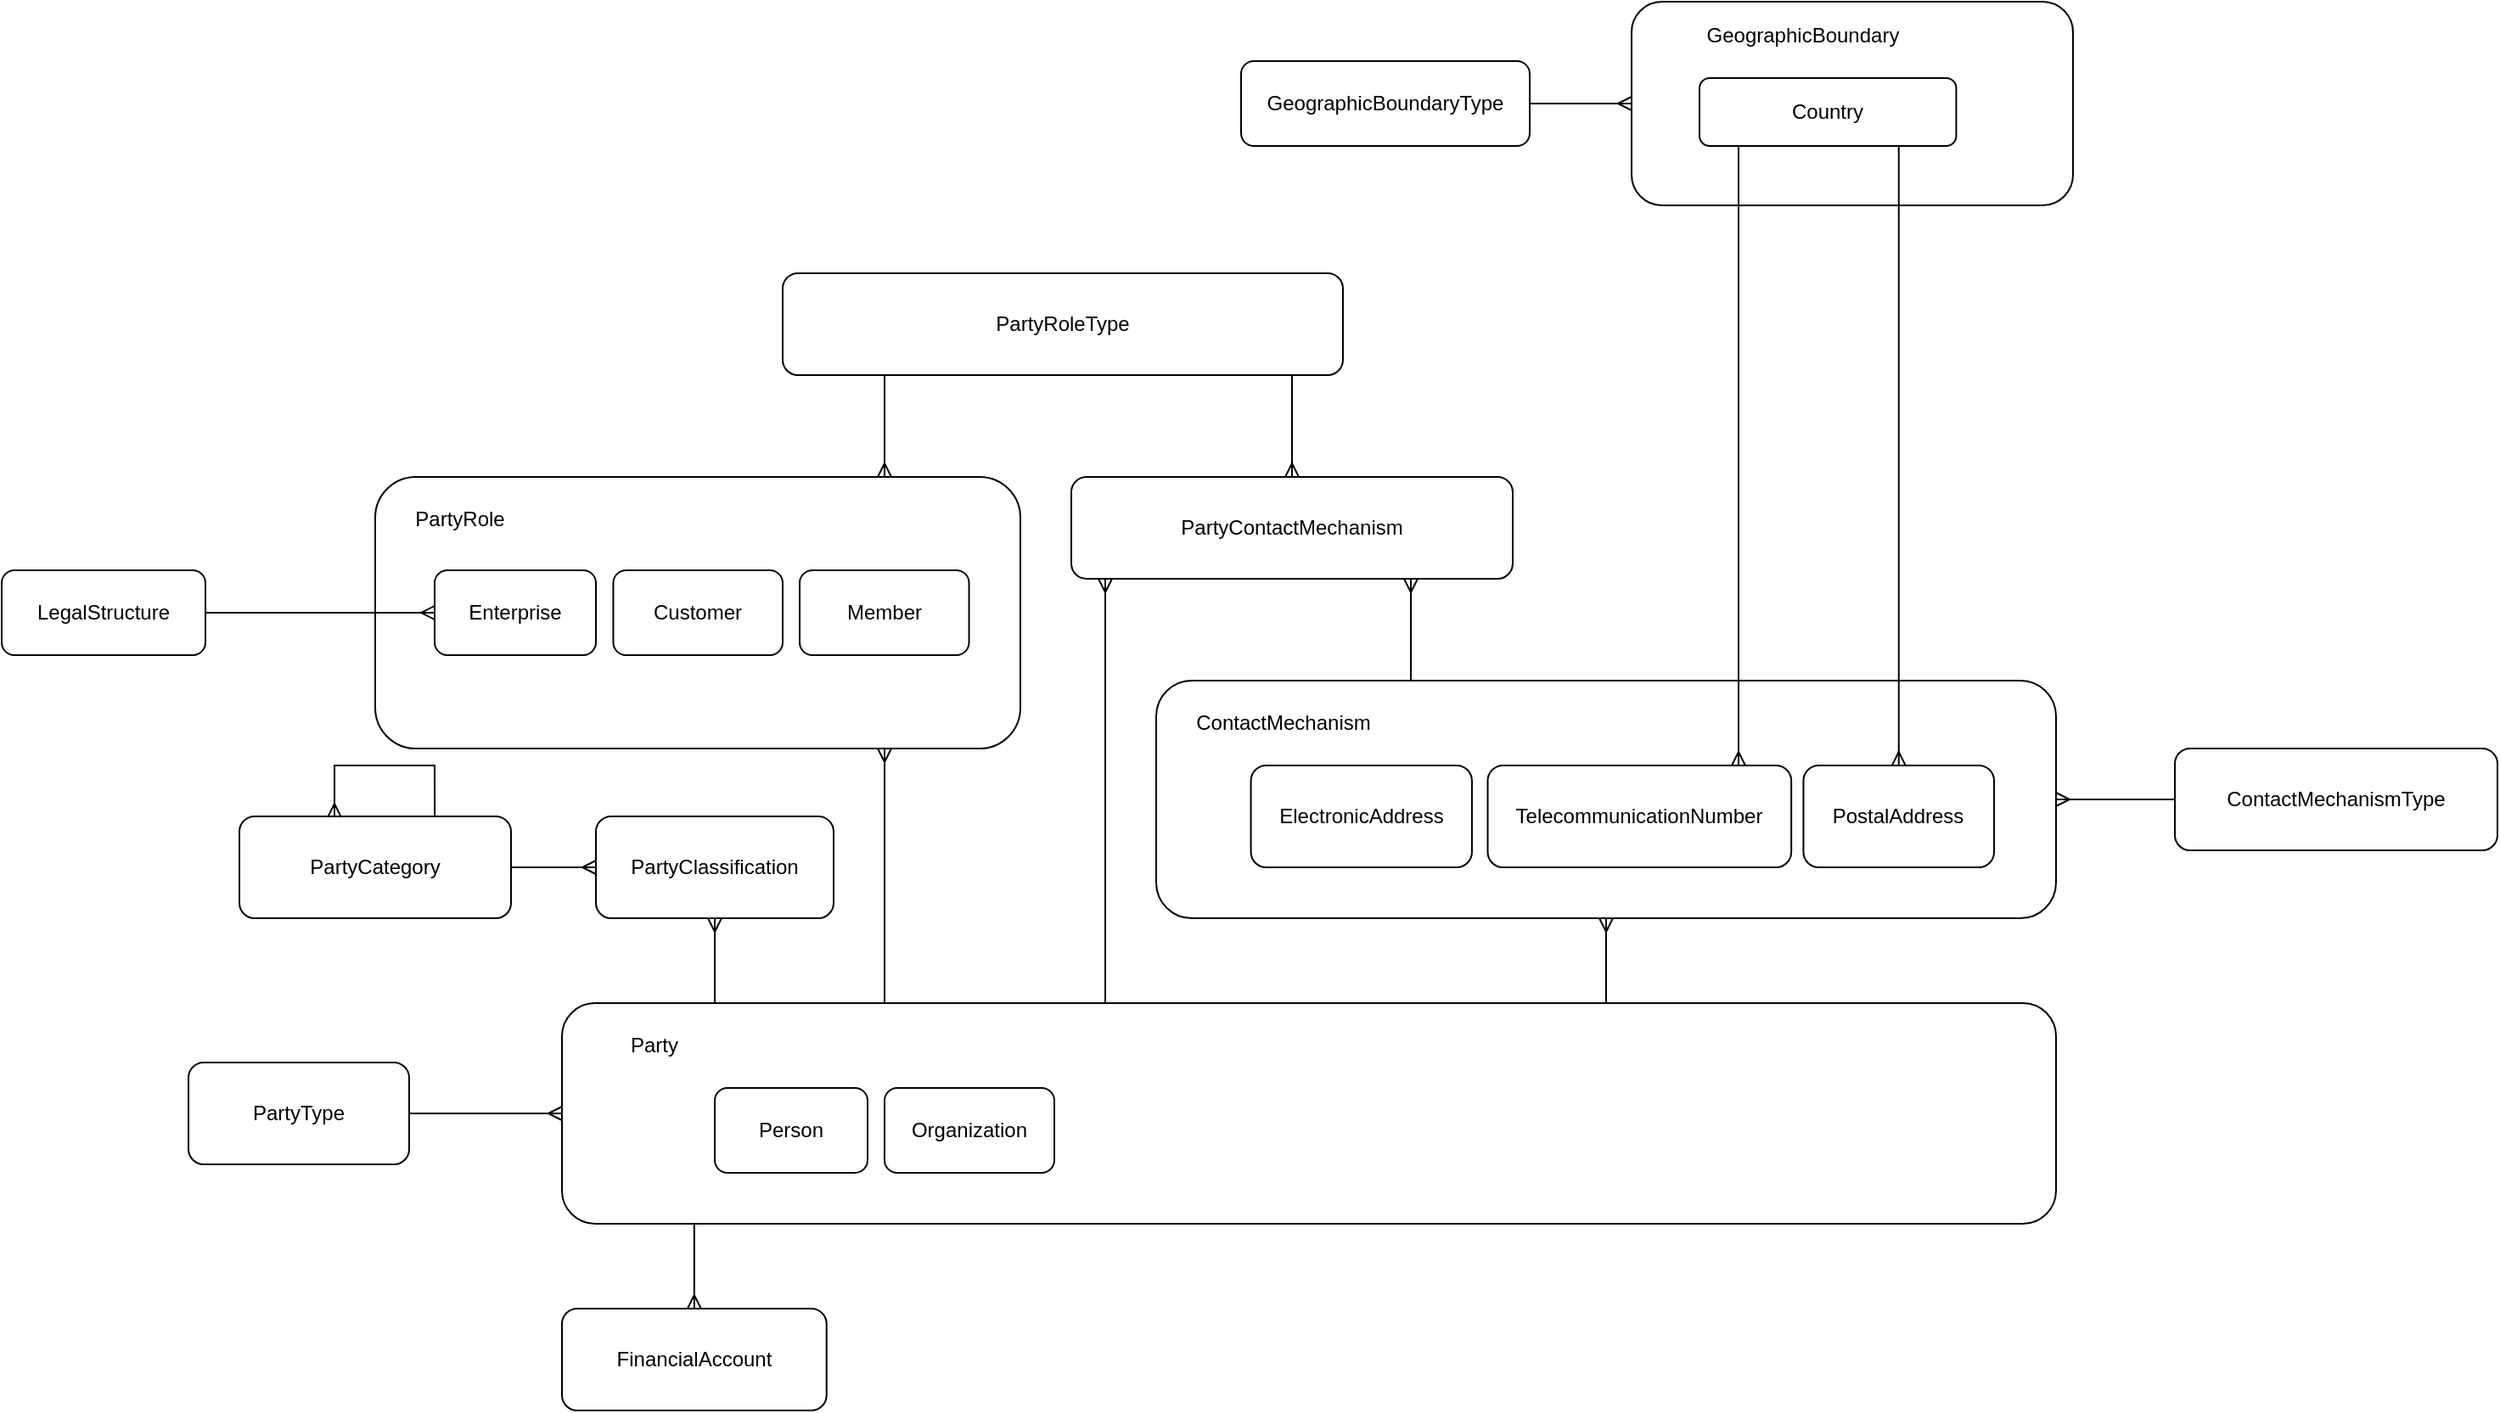
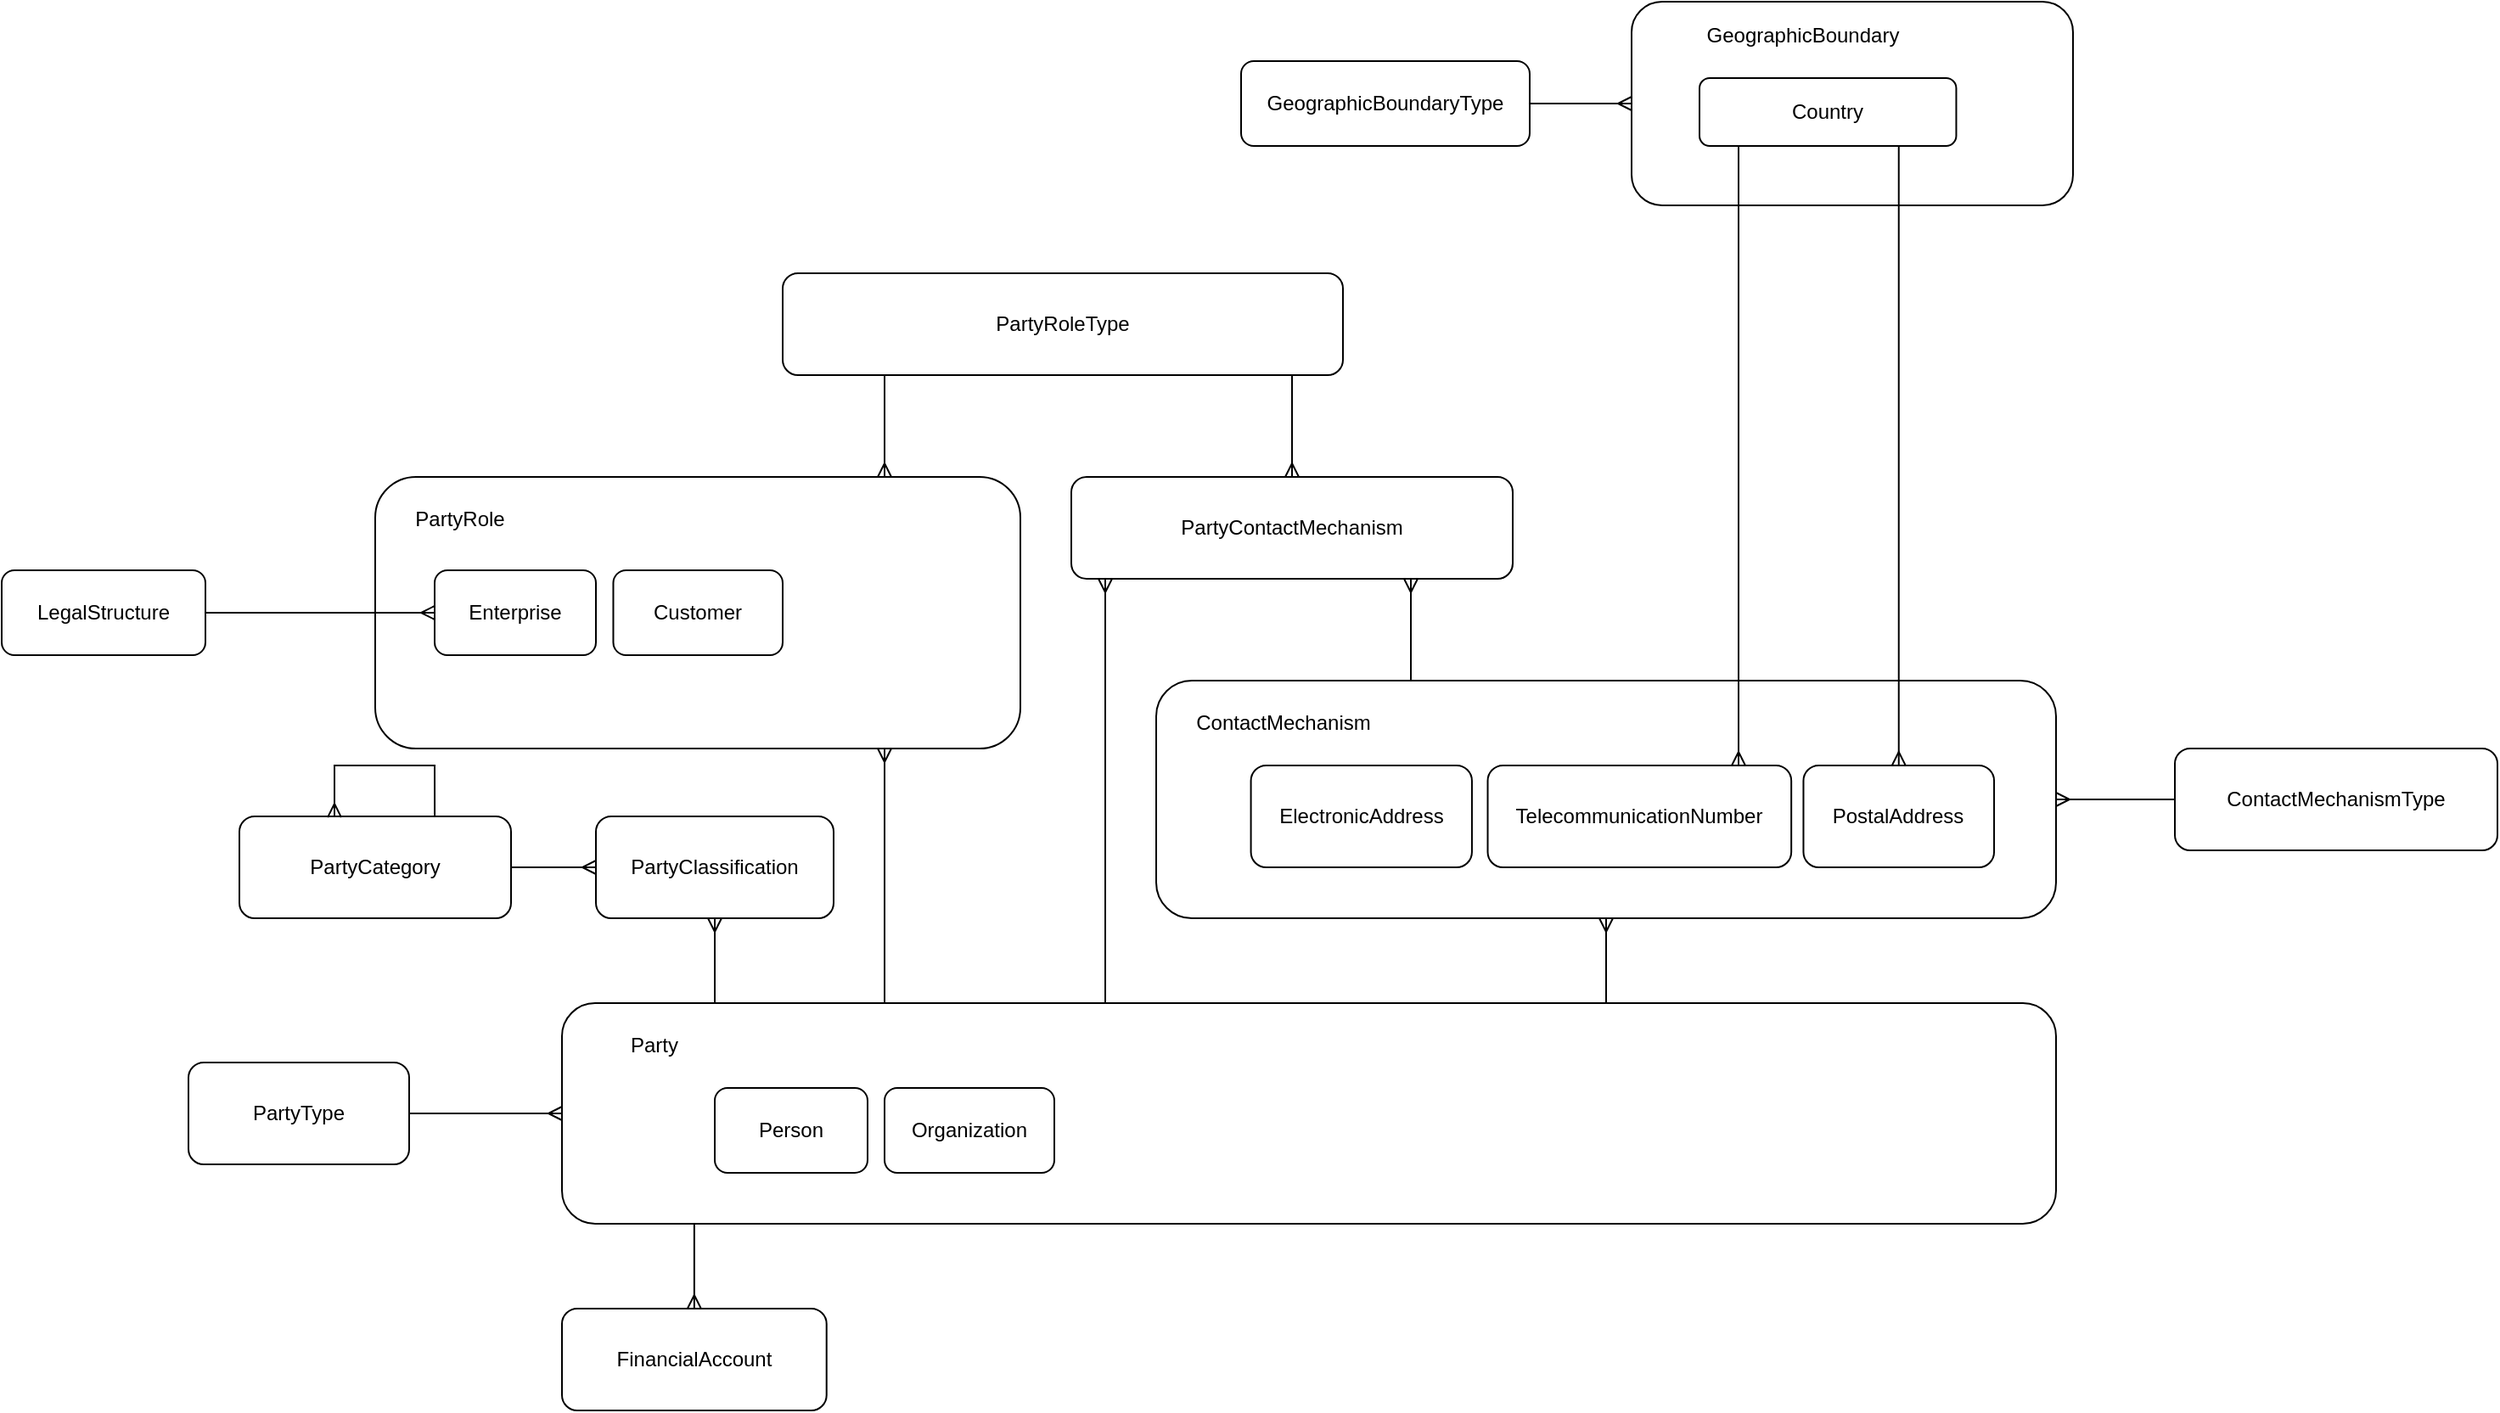
<mxfile host="app.diagrams.net" agent="Mozilla/5.0 (Windows NT 10.0; Win64; x64) AppleWebKit/537.36 (KHTML, like Gecko) Chrome/141.0.0.0 Safari/537.36" version="28.2.9">
  <diagram name="Page-1" id="d0nJ6Fx9cUZLMqGtfM0H">
    <mxGraphModel dx="1947" dy="1755" grid="1" gridSize="10" guides="1" tooltips="1" connect="1" arrows="1" fold="1" page="1" pageScale="1" pageWidth="850" pageHeight="1100" math="0" shadow="0">
      <root>
        <mxCell id="0" />
        <mxCell id="1" parent="0" />
        <mxCell id="tdPrWEJd15tEannaNgth-4" style="edgeStyle=orthogonalEdgeStyle;rounded=0;orthogonalLoop=1;jettySize=auto;html=1;startArrow=ERmany;startFill=0;endArrow=none;endFill=0;" edge="1" parent="1" source="tdPrWEJd15tEannaNgth-2" target="tdPrWEJd15tEannaNgth-3">
          <mxGeometry relative="1" as="geometry" />
        </mxCell>
        <mxCell id="tdPrWEJd15tEannaNgth-3" value="ContactMechanismType" style="rounded=1;whiteSpace=wrap;html=1;" vertex="1" parent="1">
          <mxGeometry x="600" y="260" width="190" height="60" as="geometry" />
        </mxCell>
        <mxCell id="tdPrWEJd15tEannaNgth-13" value="PartyRoleType" style="rounded=1;whiteSpace=wrap;html=1;" vertex="1" parent="1">
          <mxGeometry x="-220" y="-20" width="330" height="60" as="geometry" />
        </mxCell>
        <mxCell id="tdPrWEJd15tEannaNgth-14" style="edgeStyle=orthogonalEdgeStyle;rounded=0;orthogonalLoop=1;jettySize=auto;html=1;startArrow=ERmany;startFill=0;endArrow=none;endFill=0;" edge="1" parent="1" source="tdPrWEJd15tEannaNgth-15" target="tdPrWEJd15tEannaNgth-13">
          <mxGeometry relative="1" as="geometry">
            <mxPoint x="730" y="430" as="sourcePoint" />
            <mxPoint x="730" y="350" as="targetPoint" />
            <Array as="points">
              <mxPoint x="50" y="30" />
              <mxPoint x="50" y="30" />
            </Array>
          </mxGeometry>
        </mxCell>
        <mxCell id="tdPrWEJd15tEannaNgth-15" value="PartyContactMechanism" style="rounded=1;whiteSpace=wrap;html=1;" vertex="1" parent="1">
          <mxGeometry x="-50" y="100" width="260" height="60" as="geometry" />
        </mxCell>
        <mxCell id="tdPrWEJd15tEannaNgth-18" style="edgeStyle=orthogonalEdgeStyle;rounded=0;orthogonalLoop=1;jettySize=auto;html=1;startArrow=ERmany;startFill=0;endArrow=none;endFill=0;" edge="1" parent="1" source="tdPrWEJd15tEannaNgth-15">
          <mxGeometry relative="1" as="geometry">
            <mxPoint x="-30.00117647058829" y="130" as="sourcePoint" />
            <mxPoint x="-30.00117647058829" y="410" as="targetPoint" />
            <Array as="points">
              <mxPoint x="-30" y="210" />
              <mxPoint x="-30" y="210" />
            </Array>
          </mxGeometry>
        </mxCell>
        <mxCell id="tdPrWEJd15tEannaNgth-19" value="" style="group" vertex="1" connectable="0" parent="1">
          <mxGeometry y="220" width="530" height="140" as="geometry" />
        </mxCell>
        <mxCell id="tdPrWEJd15tEannaNgth-2" value="" style="rounded=1;whiteSpace=wrap;html=1;" vertex="1" parent="tdPrWEJd15tEannaNgth-19">
          <mxGeometry width="530" height="140" as="geometry" />
        </mxCell>
        <mxCell id="tdPrWEJd15tEannaNgth-5" value="ElectronicAddress" style="rounded=1;whiteSpace=wrap;html=1;" vertex="1" parent="tdPrWEJd15tEannaNgth-19">
          <mxGeometry x="55.78947368421052" y="50" width="130.17543859649123" height="60" as="geometry" />
        </mxCell>
        <mxCell id="tdPrWEJd15tEannaNgth-6" value="TelecommunicationNumber" style="rounded=1;whiteSpace=wrap;html=1;" vertex="1" parent="tdPrWEJd15tEannaNgth-19">
          <mxGeometry x="195.26315789473682" y="50" width="178.81456140350878" height="60" as="geometry" />
        </mxCell>
        <mxCell id="tdPrWEJd15tEannaNgth-7" value="ContactMechanism" style="text;html=1;whiteSpace=wrap;strokeColor=none;fillColor=none;align=center;verticalAlign=middle;rounded=0;" vertex="1" parent="tdPrWEJd15tEannaNgth-19">
          <mxGeometry x="27.896882591093107" y="10" width="94.41295546558705" height="30" as="geometry" />
        </mxCell>
        <mxCell id="tdPrWEJd15tEannaNgth-8" value="PostalAddress" style="rounded=1;whiteSpace=wrap;html=1;" vertex="1" parent="tdPrWEJd15tEannaNgth-19">
          <mxGeometry x="381.2280701754386" y="50" width="112.29491228070175" height="60" as="geometry" />
        </mxCell>
        <mxCell id="tdPrWEJd15tEannaNgth-20" style="edgeStyle=orthogonalEdgeStyle;rounded=0;orthogonalLoop=1;jettySize=auto;html=1;startArrow=ERmany;startFill=0;endArrow=none;endFill=0;" edge="1" parent="1" source="tdPrWEJd15tEannaNgth-15" target="tdPrWEJd15tEannaNgth-2">
          <mxGeometry relative="1" as="geometry">
            <mxPoint x="370" y="130" as="sourcePoint" />
            <mxPoint x="370" y="440" as="targetPoint" />
            <Array as="points">
              <mxPoint x="150" y="170" />
              <mxPoint x="150" y="170" />
            </Array>
          </mxGeometry>
        </mxCell>
        <mxCell id="tdPrWEJd15tEannaNgth-21" style="edgeStyle=orthogonalEdgeStyle;rounded=0;orthogonalLoop=1;jettySize=auto;html=1;startArrow=ERmany;startFill=0;endArrow=none;endFill=0;" edge="1" parent="1" source="tdPrWEJd15tEannaNgth-2" target="tdPrWEJd15tEannaNgth-1">
          <mxGeometry relative="1" as="geometry">
            <mxPoint x="240" y="400" as="sourcePoint" />
            <mxPoint x="240" y="470" as="targetPoint" />
            <Array as="points">
              <mxPoint x="305" y="420" />
              <mxPoint x="305" y="420" />
            </Array>
          </mxGeometry>
        </mxCell>
        <mxCell id="tdPrWEJd15tEannaNgth-22" value="LegalStructure" style="rounded=1;whiteSpace=wrap;html=1;" vertex="1" parent="1">
          <mxGeometry x="-680" y="155" width="120" height="50" as="geometry" />
        </mxCell>
        <mxCell id="tdPrWEJd15tEannaNgth-27" value="PartyClassification" style="rounded=1;whiteSpace=wrap;html=1;" vertex="1" parent="1">
          <mxGeometry x="-330" y="300" width="140" height="60" as="geometry" />
        </mxCell>
        <mxCell id="tdPrWEJd15tEannaNgth-28" value="PartyCategory" style="rounded=1;whiteSpace=wrap;html=1;" vertex="1" parent="1">
          <mxGeometry x="-540" y="300" width="160" height="60" as="geometry" />
        </mxCell>
        <mxCell id="tdPrWEJd15tEannaNgth-31" style="edgeStyle=orthogonalEdgeStyle;rounded=0;orthogonalLoop=1;jettySize=auto;html=1;startArrow=ERmany;startFill=0;endArrow=none;endFill=0;" edge="1" parent="1" source="tdPrWEJd15tEannaNgth-27" target="tdPrWEJd15tEannaNgth-1">
          <mxGeometry relative="1" as="geometry">
            <mxPoint x="-260" y="180" as="sourcePoint" />
            <mxPoint x="-260" y="250" as="targetPoint" />
            <Array as="points">
              <mxPoint x="-260" y="370" />
              <mxPoint x="-260" y="370" />
            </Array>
          </mxGeometry>
        </mxCell>
        <mxCell id="tdPrWEJd15tEannaNgth-32" style="edgeStyle=orthogonalEdgeStyle;rounded=0;orthogonalLoop=1;jettySize=auto;html=1;startArrow=ERmany;startFill=0;endArrow=none;endFill=0;" edge="1" parent="1" source="tdPrWEJd15tEannaNgth-27" target="tdPrWEJd15tEannaNgth-28">
          <mxGeometry relative="1" as="geometry">
            <mxPoint x="-230" y="210" as="sourcePoint" />
            <mxPoint x="-230" y="280" as="targetPoint" />
            <Array as="points" />
          </mxGeometry>
        </mxCell>
        <mxCell id="tdPrWEJd15tEannaNgth-33" style="edgeStyle=orthogonalEdgeStyle;rounded=0;orthogonalLoop=1;jettySize=auto;html=1;startArrow=ERmany;startFill=0;endArrow=none;endFill=0;exitX=0.35;exitY=0.009;exitDx=0;exitDy=0;exitPerimeter=0;entryX=0.719;entryY=0;entryDx=0;entryDy=0;entryPerimeter=0;" edge="1" parent="1" source="tdPrWEJd15tEannaNgth-28" target="tdPrWEJd15tEannaNgth-28">
          <mxGeometry relative="1" as="geometry">
            <mxPoint x="-485" y="290" as="sourcePoint" />
            <mxPoint x="-425" y="290" as="targetPoint" />
            <Array as="points">
              <mxPoint x="-484" y="270" />
              <mxPoint x="-425" y="270" />
            </Array>
          </mxGeometry>
        </mxCell>
        <mxCell id="tdPrWEJd15tEannaNgth-35" value="" style="rounded=1;whiteSpace=wrap;html=1;" vertex="1" parent="1">
          <mxGeometry x="-460" y="100" width="380" height="160" as="geometry" />
        </mxCell>
        <mxCell id="tdPrWEJd15tEannaNgth-37" style="edgeStyle=orthogonalEdgeStyle;rounded=0;orthogonalLoop=1;jettySize=auto;html=1;startArrow=ERmany;startFill=0;endArrow=none;endFill=0;" edge="1" parent="1" source="tdPrWEJd15tEannaNgth-35">
          <mxGeometry relative="1" as="geometry">
            <mxPoint x="-160" y="260.0000000000002" as="sourcePoint" />
            <mxPoint x="-160" y="410" as="targetPoint" />
            <Array as="points">
              <mxPoint x="-160" y="260" />
            </Array>
          </mxGeometry>
        </mxCell>
        <mxCell id="tdPrWEJd15tEannaNgth-38" style="edgeStyle=orthogonalEdgeStyle;rounded=0;orthogonalLoop=1;jettySize=auto;html=1;startArrow=ERmany;startFill=0;endArrow=none;endFill=0;" edge="1" parent="1" source="tdPrWEJd15tEannaNgth-35" target="tdPrWEJd15tEannaNgth-13">
          <mxGeometry relative="1" as="geometry">
            <mxPoint x="-150" y="170" as="sourcePoint" />
            <mxPoint x="-150" y="20" as="targetPoint" />
            <Array as="points">
              <mxPoint x="-160" y="60" />
              <mxPoint x="-160" y="60" />
            </Array>
          </mxGeometry>
        </mxCell>
        <mxCell id="tdPrWEJd15tEannaNgth-1" value="" style="rounded=1;whiteSpace=wrap;html=1;" vertex="1" parent="1">
          <mxGeometry x="-350" y="410" width="880" height="130" as="geometry" />
        </mxCell>
        <mxCell id="tdPrWEJd15tEannaNgth-9" value="Party" style="text;html=1;whiteSpace=wrap;strokeColor=none;fillColor=none;align=center;verticalAlign=middle;rounded=0;" vertex="1" parent="1">
          <mxGeometry x="-336.46153846153845" y="420" width="81.23076923076923" height="30" as="geometry" />
        </mxCell>
        <mxCell id="tdPrWEJd15tEannaNgth-17" value="Enterprise" style="rounded=1;whiteSpace=wrap;html=1;" vertex="1" parent="1">
          <mxGeometry x="-425" y="155" width="95" height="50" as="geometry" />
        </mxCell>
        <mxCell id="tdPrWEJd15tEannaNgth-40" value="PartyRole" style="text;html=1;whiteSpace=wrap;strokeColor=none;fillColor=none;align=center;verticalAlign=middle;rounded=0;" vertex="1" parent="1">
          <mxGeometry x="-440" y="110" width="60" height="30" as="geometry" />
        </mxCell>
        <mxCell id="tdPrWEJd15tEannaNgth-42" style="edgeStyle=orthogonalEdgeStyle;rounded=0;orthogonalLoop=1;jettySize=auto;html=1;startArrow=ERmany;startFill=0;endArrow=none;endFill=0;" edge="1" parent="1" source="tdPrWEJd15tEannaNgth-17" target="tdPrWEJd15tEannaNgth-22">
          <mxGeometry relative="1" as="geometry">
            <mxPoint x="-90" y="320" as="sourcePoint" />
            <mxPoint x="-90" y="480" as="targetPoint" />
            <Array as="points" />
          </mxGeometry>
        </mxCell>
        <mxCell id="tdPrWEJd15tEannaNgth-43" value="Customer" style="rounded=1;whiteSpace=wrap;html=1;" vertex="1" parent="1">
          <mxGeometry x="-319.77" y="155" width="99.77" height="50" as="geometry" />
        </mxCell>
        <mxCell id="tdPrWEJd15tEannaNgth-44" value="Person" style="rounded=1;whiteSpace=wrap;html=1;" vertex="1" parent="1">
          <mxGeometry x="-260" y="460" width="90" height="50" as="geometry" />
        </mxCell>
        <mxCell id="tdPrWEJd15tEannaNgth-45" value="Organization" style="rounded=1;whiteSpace=wrap;html=1;" vertex="1" parent="1">
          <mxGeometry x="-160" y="460" width="100" height="50" as="geometry" />
        </mxCell>
        <mxCell id="tdPrWEJd15tEannaNgth-46" value="FinancialAccount" style="rounded=1;whiteSpace=wrap;html=1;" vertex="1" parent="1">
          <mxGeometry x="-350" y="590" width="155.85" height="60" as="geometry" />
        </mxCell>
        <mxCell id="tdPrWEJd15tEannaNgth-47" style="edgeStyle=orthogonalEdgeStyle;rounded=0;orthogonalLoop=1;jettySize=auto;html=1;startArrow=ERmany;startFill=0;endArrow=none;endFill=0;" edge="1" parent="1" source="tdPrWEJd15tEannaNgth-46" target="tdPrWEJd15tEannaNgth-1">
          <mxGeometry relative="1" as="geometry">
            <mxPoint x="-80" y="670" as="sourcePoint" />
            <mxPoint x="-80" y="730" as="targetPoint" />
            <Array as="points">
              <mxPoint x="-278" y="610" />
              <mxPoint x="-278" y="610" />
            </Array>
          </mxGeometry>
        </mxCell>
        <mxCell id="tdPrWEJd15tEannaNgth-48" value="" style="rounded=1;whiteSpace=wrap;html=1;" vertex="1" parent="1">
          <mxGeometry x="280" y="-180" width="260" height="120" as="geometry" />
        </mxCell>
        <mxCell id="tdPrWEJd15tEannaNgth-49" value="GeographicBoundary" style="text;html=1;whiteSpace=wrap;strokeColor=none;fillColor=none;align=center;verticalAlign=middle;rounded=0;" vertex="1" parent="1">
          <mxGeometry x="310" y="-175" width="142.07" height="30" as="geometry" />
        </mxCell>
        <mxCell id="tdPrWEJd15tEannaNgth-50" value="GeographicBoundaryType" style="rounded=1;whiteSpace=wrap;html=1;" vertex="1" parent="1">
          <mxGeometry x="50" y="-145" width="170" height="50" as="geometry" />
        </mxCell>
        <mxCell id="tdPrWEJd15tEannaNgth-51" value="Country" style="rounded=1;whiteSpace=wrap;html=1;" vertex="1" parent="1">
          <mxGeometry x="320" y="-135" width="151.23" height="40" as="geometry" />
        </mxCell>
        <mxCell id="tdPrWEJd15tEannaNgth-52" style="edgeStyle=orthogonalEdgeStyle;rounded=0;orthogonalLoop=1;jettySize=auto;html=1;startArrow=ERmany;startFill=0;endArrow=none;endFill=0;" edge="1" parent="1" source="tdPrWEJd15tEannaNgth-48" target="tdPrWEJd15tEannaNgth-50">
          <mxGeometry relative="1" as="geometry">
            <mxPoint x="120" y="60" as="sourcePoint" />
            <mxPoint x="120" as="targetPoint" />
            <Array as="points" />
          </mxGeometry>
        </mxCell>
        <mxCell id="tdPrWEJd15tEannaNgth-53" style="edgeStyle=orthogonalEdgeStyle;rounded=0;orthogonalLoop=1;jettySize=auto;html=1;startArrow=ERmany;startFill=0;endArrow=none;endFill=0;" edge="1" parent="1" source="tdPrWEJd15tEannaNgth-8" target="tdPrWEJd15tEannaNgth-51">
          <mxGeometry relative="1" as="geometry">
            <mxPoint x="544" y="60" as="sourcePoint" />
            <mxPoint x="460" y="60" as="targetPoint" />
            <Array as="points">
              <mxPoint x="440" y="-110" />
            </Array>
          </mxGeometry>
        </mxCell>
        <mxCell id="tdPrWEJd15tEannaNgth-54" style="edgeStyle=orthogonalEdgeStyle;rounded=0;orthogonalLoop=1;jettySize=auto;html=1;startArrow=ERmany;startFill=0;endArrow=none;endFill=0;" edge="1" parent="1" source="tdPrWEJd15tEannaNgth-6" target="tdPrWEJd15tEannaNgth-51">
          <mxGeometry relative="1" as="geometry">
            <mxPoint x="340" y="490" as="sourcePoint" />
            <mxPoint x="340" y="125" as="targetPoint" />
            <Array as="points">
              <mxPoint x="343" y="190" />
              <mxPoint x="343" y="190" />
            </Array>
          </mxGeometry>
        </mxCell>
        <mxCell id="tdPrWEJd15tEannaNgth-55" value="PartyType" style="rounded=1;whiteSpace=wrap;html=1;" vertex="1" parent="1">
          <mxGeometry x="-570" y="445" width="130" height="60" as="geometry" />
        </mxCell>
        <mxCell id="tdPrWEJd15tEannaNgth-56" style="edgeStyle=orthogonalEdgeStyle;rounded=0;orthogonalLoop=1;jettySize=auto;html=1;startArrow=ERmany;startFill=0;endArrow=none;endFill=0;" edge="1" parent="1" source="tdPrWEJd15tEannaNgth-1" target="tdPrWEJd15tEannaNgth-55">
          <mxGeometry relative="1" as="geometry">
            <mxPoint x="-275" y="470" as="sourcePoint" />
            <mxPoint x="-410" y="470" as="targetPoint" />
            <Array as="points" />
          </mxGeometry>
        </mxCell>
-         <mxCell id="tdPrWEJd15tEannaNgth-57" value="Member" style="rounded=1;whiteSpace=wrap;html=1;" vertex="1" parent="1">
-           <mxGeometry x="-210" y="155" width="99.77" height="50" as="geometry" />
-         </mxCell>
      </root>
    </mxGraphModel>
  </diagram>
</mxfile>
